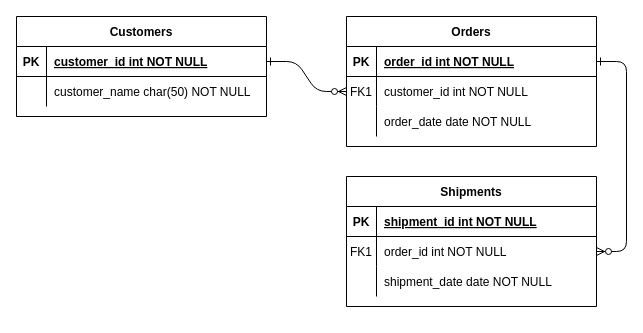
astsev/atividades keeps this draw.io diagram as Diagrama sem nome.drawio. Above is the earlier version. Source tidied: cells renumbered, new cells numbered last; positions are measured from the earlier drawing's top-left corner, leaving out a move shared by most shapes. Both pictures are drawn from the tidied source at 100%, with x=0, y=0 at pixel (16, 16).
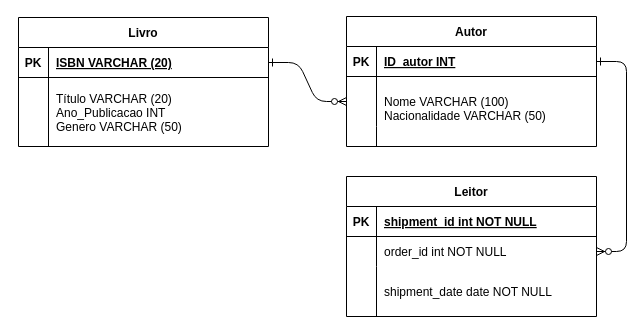
The same diagram, later.

Commit message:
Diagrama ER Biblioteca

Unchanged cells that the change refers to:
```xml
<mxCell id="5" style="shape=partialRectangle;fillColor=none;points=[[0,0.5],[1,0.5]];portConstraint=eastwest;top=0;left=0;right=0;bottom=1;" parent="4" vertex="1">
  <mxGeometry y="30" width="250" height="30" as="geometry" />
</mxCell>
<mxCell id="18" style="shape=partialRectangle;fillColor=none;points=[[0,0.5],[1,0.5]];portConstraint=eastwest;top=0;left=0;right=0;bottom=0;" parent="14" vertex="1">
  <mxGeometry y="60" width="250" height="30" as="geometry" />
</mxCell>
<mxCell id="25" style="shape=partialRectangle;fillColor=none;points=[[0,0.5],[1,0.5]];portConstraint=eastwest;top=0;left=0;right=0;bottom=1;" parent="24" vertex="1">
  <mxGeometry y="30" width="250" height="30" as="geometry" />
</mxCell>
```

The edit, as a diff of the source:
```diff
@@
-    <mxCell id="4" value="Orders" style="shape=table;startSize=30;childLayout=tableLayout;rowLines=0;fontStyle=1;align=center;" parent="1" vertex="1">
+    <mxCell id="4" value="Autor" style="shape=table;startSize=30;childLayout=tableLayout;rowLines=0;fontStyle=1;align=center;" parent="1" vertex="1">
       <mxGeometry x="330" width="250" height="130" as="geometry" />
     </mxCell>
@@
-    <mxCell id="7" value="order_id int NOT NULL " style="shape=partialRectangle;overflow=hidden;fillColor=none;top=0;left=0;bottom=0;right=0;align=left;spacingLeft=6;fontStyle=5;" parent="5" vertex="1">
+    <mxCell id="7" value="ID_autor INT" style="shape=partialRectangle;overflow=hidden;fillColor=none;top=0;left=0;bottom=0;right=0;align=left;spacingLeft=6;fontStyle=5;" parent="5" vertex="1">
       <mxGeometry x="30" width="220" height="30" as="geometry" />
     </mxCell>
     <mxCell id="8" style="shape=partialRectangle;fillColor=none;points=[[0,0.5],[1,0.5]];portConstraint=eastwest;top=0;left=0;right=0;bottom=0;" parent="4" vertex="1">
-      <mxGeometry y="60" width="250" height="30" as="geometry" />
+      <mxGeometry y="60" width="250" height="50" as="geometry" />
     </mxCell>
-    <mxCell id="9" value="FK1" style="shape=partialRectangle;overflow=hidden;fillColor=none;top=0;left=0;bottom=0;right=0;" parent="8" vertex="1">
-      <mxGeometry width="30" height="30" as="geometry" />
+    <mxCell id="9" style="shape=partialRectangle;overflow=hidden;fillColor=none;top=0;left=0;bottom=0;right=0;" parent="8" vertex="1">
+      <mxGeometry width="30" height="50" as="geometry" />
     </mxCell>
-    <mxCell id="10" value="customer_id int NOT NULL" style="shape=partialRectangle;overflow=hidden;fillColor=none;top=0;left=0;bottom=0;right=0;align=left;spacingLeft=6;" parent="8" vertex="1">
-      <mxGeometry x="30" width="220" height="30" as="geometry" />
+    <mxCell id="10" value="&#10;Nome VARCHAR (100)&#10;Nacionalidade VARCHAR (50)" style="shape=partialRectangle;overflow=hidden;fillColor=none;top=0;left=0;bottom=0;right=0;align=left;spacingLeft=6;" parent="8" vertex="1">
+      <mxGeometry x="30" width="220" height="50" as="geometry" />
     </mxCell>
     <mxCell id="11" style="shape=partialRectangle;fillColor=none;top=0;left=0;right=0;bottom=0;" parent="4" vertex="1">
-      <mxGeometry y="90" width="250" height="30" as="geometry" />
+      <mxGeometry y="110" width="250" height="20" as="geometry" />
     </mxCell>
     <mxCell id="12" style="shape=partialRectangle;overflow=hidden;fillColor=none;top=0;left=0;bottom=0;right=0;" parent="11" vertex="1">
-      <mxGeometry width="30" height="30" as="geometry" />
+      <mxGeometry width="30" height="20" as="geometry" />
     </mxCell>
-    <mxCell id="13" value="order_date date NOT NULL" style="shape=partialRectangle;overflow=hidden;fillColor=none;top=0;left=0;bottom=0;right=0;align=left;spacingLeft=6;" parent="11" vertex="1">
-      <mxGeometry x="30" width="220" height="30" as="geometry" />
+    <mxCell id="13" style="shape=partialRectangle;overflow=hidden;fillColor=none;top=0;left=0;bottom=0;right=0;align=left;spacingLeft=6;" parent="11" vertex="1">
+      <mxGeometry x="30" width="220" height="20" as="geometry" />
     </mxCell>
-    <mxCell id="14" value="Shipments" style="shape=table;startSize=30;childLayout=tableLayout;rowLines=0;fontStyle=1;align=center;" parent="1" vertex="1">
-      <mxGeometry x="330" y="160" width="250" height="130" as="geometry" />
+    <mxCell id="14" value="Leitor" style="shape=table;startSize=30;childLayout=tableLayout;rowLines=0;fontStyle=1;align=center;" parent="1" vertex="1">
+      <mxGeometry x="330" y="160" width="250" height="140" as="geometry" />
     </mxCell>
@@
-    <mxCell id="19" value="FK1" style="shape=partialRectangle;overflow=hidden;fillColor=none;top=0;left=0;bottom=0;right=0;" parent="18" vertex="1">
+    <mxCell id="19" style="shape=partialRectangle;overflow=hidden;fillColor=none;top=0;left=0;bottom=0;right=0;" parent="18" vertex="1">
       <mxGeometry width="30" height="30" as="geometry" />
     </mxCell>
@@
     <mxCell id="21" style="shape=partialRectangle;fillColor=none;top=0;left=0;right=0;bottom=0;" parent="14" vertex="1">
-      <mxGeometry y="90" width="250" height="30" as="geometry" />
+      <mxGeometry y="90" width="250" height="50" as="geometry" />
     </mxCell>
     <mxCell id="22" style="shape=partialRectangle;overflow=hidden;fillColor=none;top=0;left=0;bottom=0;right=0;" parent="21" vertex="1">
-      <mxGeometry width="30" height="30" as="geometry" />
+      <mxGeometry width="30" height="50" as="geometry" />
     </mxCell>
     <mxCell id="23" value="shipment_date date NOT NULL" style="shape=partialRectangle;overflow=hidden;fillColor=none;top=0;left=0;bottom=0;right=0;align=left;spacingLeft=6;" parent="21" vertex="1">
-      <mxGeometry x="30" width="220" height="30" as="geometry" />
+      <mxGeometry x="30" width="220" height="50" as="geometry" />
     </mxCell>
-    <mxCell id="24" value="Customers" style="shape=table;startSize=30;childLayout=tableLayout;rowLines=0;fontStyle=1;align=center;" parent="1" vertex="1">
-      <mxGeometry width="250" height="100" as="geometry" />
+    <mxCell id="24" value="Livro" style="shape=table;startSize=30;childLayout=tableLayout;rowLines=0;fontStyle=1;align=center;" parent="1" vertex="1">
+      <mxGeometry x="2" y="1" width="250" height="129" as="geometry" />
     </mxCell>
@@
-    <mxCell id="27" value="customer_id int NOT NULL " style="shape=partialRectangle;overflow=hidden;fillColor=none;top=0;left=0;bottom=0;right=0;align=left;spacingLeft=6;fontStyle=5;" parent="25" vertex="1">
+    <mxCell id="27" value="ISBN VARCHAR (20)" style="shape=partialRectangle;overflow=hidden;fillColor=none;top=0;left=0;bottom=0;right=0;align=left;spacingLeft=6;fontStyle=5;" parent="25" vertex="1">
       <mxGeometry x="30" width="220" height="30" as="geometry" />
     </mxCell>
     <mxCell id="28" style="shape=partialRectangle;fillColor=none;top=0;left=0;right=0;bottom=0;" parent="24" vertex="1">
-      <mxGeometry y="60" width="250" height="30" as="geometry" />
+      <mxGeometry y="60" width="250" height="69" as="geometry" />
     </mxCell>
     <mxCell id="29" style="shape=partialRectangle;overflow=hidden;fillColor=none;top=0;left=0;bottom=0;right=0;" parent="28" vertex="1">
-      <mxGeometry width="30" height="30" as="geometry" />
+      <mxGeometry width="30" height="69" as="geometry" />
     </mxCell>
-    <mxCell id="30" value="customer_name char(50) NOT NULL" style="shape=partialRectangle;overflow=hidden;fillColor=none;top=0;left=0;bottom=0;right=0;align=left;spacingLeft=6;" parent="28" vertex="1">
-      <mxGeometry x="30" width="220" height="30" as="geometry" />
+    <mxCell id="30" value="Título VARCHAR (20)&#10;Ano_Publicacao INT&#10;Genero VARCHAR (50)" style="shape=partialRectangle;overflow=hidden;fillColor=none;top=0;left=0;bottom=0;right=0;align=left;spacingLeft=6;" parent="28" vertex="1">
+      <mxGeometry x="30" width="220" height="69" as="geometry" />
     </mxCell>
```
